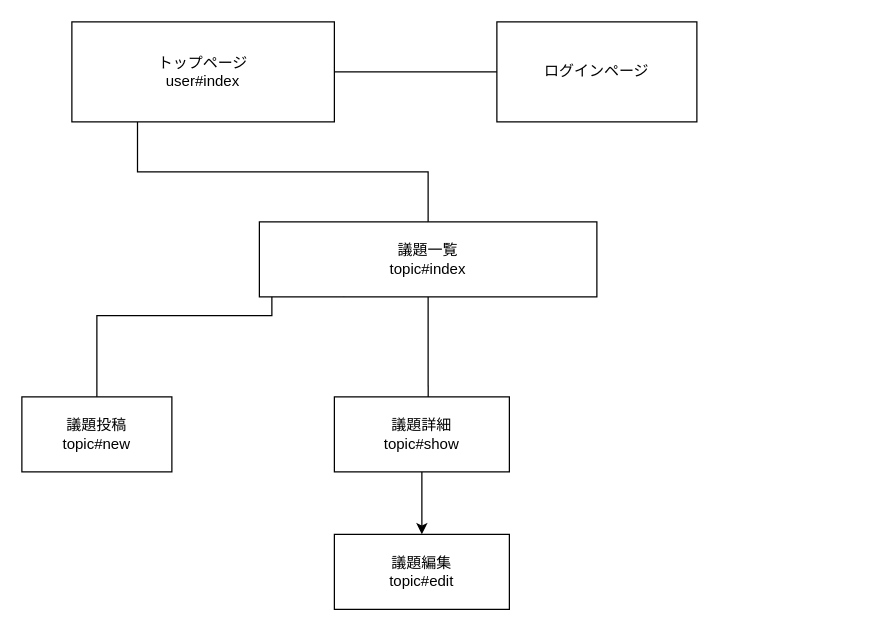
The draw.io diagram move_page.dio in sekimosan/shovelu, before the edit. Source tidied: cells renumbered, new cells numbered last; positions are measured from the earlier drawing's top-left corner, leaving out a move shared by most shapes. Both pictures are drawn from the tidied source at 125%, with x=0, y=0 at pixel (21, 21).
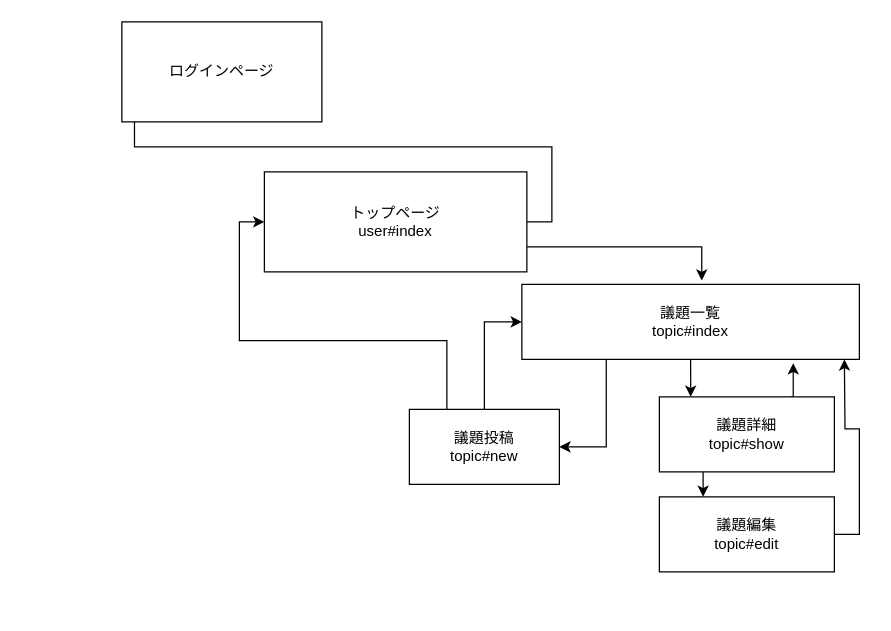
Above is the later version.

Change to the diagram source:
```diff
@@
 <mxGraphModel>
   <root>
     <mxCell id="0" />
     <mxCell id="1" parent="0" />
     <mxCell id="2" style="edgeStyle=orthogonalEdgeStyle;rounded=0;jettySize=auto;html=1;exitX=1;exitY=0.5;exitDx=0;exitDy=0;entryX=0.063;entryY=0.5;entryDx=0;entryDy=0;entryPerimeter=0;" parent="1" edge="1" source="4" target="5">
       <mxGeometry relative="1" as="geometry" />
     </mxCell>
-    <mxCell id="3" style="edgeStyle=orthogonalEdgeStyle;rounded=0;jettySize=auto;html=1;exitX=0.25;exitY=1;exitDx=0;exitDy=0;entryX=0.5;entryY=0.667;entryDx=0;entryDy=0;entryPerimeter=0;" parent="1" edge="1" source="4" target="8">
+    <mxCell id="3" style="edgeStyle=orthogonalEdgeStyle;rounded=0;jettySize=auto;html=1;exitX=1;exitY=0.75;exitDx=0;exitDy=0;entryX=0.533;entryY=-0.05;entryDx=0;entryDy=0;entryPerimeter=0;" parent="1" edge="1" source="4" target="8">
       <mxGeometry relative="1" as="geometry" />
     </mxCell>
     <mxCell id="4" value="トップページ&lt;br&gt;user#index" style="rounded=0;whiteSpace=wrap;html=1;" parent="1" vertex="1">
-      <mxGeometry x="40" width="210" height="80" as="geometry" />
+      <mxGeometry x="194" y="120" width="210" height="80" as="geometry" />
     </mxCell>
     <mxCell id="5" value="ログインページ" style="rounded=0;whiteSpace=wrap;html=1;" parent="1" vertex="1">
-      <mxGeometry x="380" width="160" height="80" as="geometry" />
+      <mxGeometry x="80" width="160" height="80" as="geometry" />
     </mxCell>
-    <mxCell id="6" style="edgeStyle=orthogonalEdgeStyle;rounded=0;jettySize=auto;html=1;exitX=0.25;exitY=1;exitDx=0;exitDy=0;entryX=0.5;entryY=0.333;entryDx=0;entryDy=0;entryPerimeter=0;" parent="1" edge="1" source="8" target="10">
-      <mxGeometry relative="1" as="geometry">
-        <Array as="points">
-          <mxPoint x="200" y="170" />
-          <mxPoint x="200" y="235" />
-          <mxPoint x="60" y="235" />
-        </Array>
-      </mxGeometry>
+    <mxCell id="6" style="edgeStyle=orthogonalEdgeStyle;rounded=0;jettySize=auto;html=1;exitX=0.25;exitY=1;exitDx=0;exitDy=0;entryX=1;entryY=0.5;entryDx=0;entryDy=0;" parent="1" edge="1" source="8" target="10">
+      <mxGeometry relative="1" as="geometry" />
     </mxCell>
-    <mxCell id="7" style="edgeStyle=none;rounded=0;jettySize=auto;html=1;exitX=0.5;exitY=1;exitDx=0;exitDy=0;entryX=0.536;entryY=0.5;entryDx=0;entryDy=0;entryPerimeter=0;" parent="1" edge="1" source="8" target="13">
+    <mxCell id="7" style="edgeStyle=orthogonalEdgeStyle;rounded=0;jettySize=auto;html=1;exitX=0.5;exitY=1;exitDx=0;exitDy=0;entryX=0.179;entryY=0;entryDx=0;entryDy=0;entryPerimeter=0;" parent="1" edge="1" source="8" target="13">
       <mxGeometry relative="1" as="geometry" />
     </mxCell>
     <mxCell id="8" value="議題一覧&lt;br&gt;topic#index" style="rounded=0;whiteSpace=wrap;html=1;" parent="1" vertex="1">
-      <mxGeometry x="190" y="160" width="270" height="60" as="geometry" />
+      <mxGeometry x="400" y="210" width="270" height="60" as="geometry" />
     </mxCell>
     <mxCell id="9" style="edgeStyle=orthogonalEdgeStyle;rounded=0;orthogonalLoop=1;jettySize=auto;html=1;exitX=0.5;exitY=1;exitDx=0;exitDy=0;" parent="1" edge="1" source="5" target="5">
       <mxGeometry relative="1" as="geometry" />
     </mxCell>
+    <mxCell id="14" style="edgeStyle=orthogonalEdgeStyle;rounded=0;jettySize=auto;html=1;exitX=0.25;exitY=0;exitDx=0;exitDy=0;entryX=0;entryY=0.5;entryDx=0;entryDy=0;" parent="1" edge="1" source="10" target="4">
+      <mxGeometry relative="1" as="geometry" />
+    </mxCell>
+    <mxCell id="15" style="edgeStyle=orthogonalEdgeStyle;rounded=0;jettySize=auto;html=1;exitX=0.5;exitY=0;exitDx=0;exitDy=0;entryX=0;entryY=0.5;entryDx=0;entryDy=0;" parent="1" edge="1" source="10" target="8">
+      <mxGeometry relative="1" as="geometry" />
+    </mxCell>
     <mxCell id="10" value="議題投稿&lt;br&gt;topic#new" style="rounded=0;whiteSpace=wrap;html=1;" parent="1" vertex="1">
-      <mxGeometry y="300" width="120" height="60" as="geometry" />
+      <mxGeometry x="310" y="310" width="120" height="60" as="geometry" />
     </mxCell>
+    <mxCell id="16" style="edgeStyle=orthogonalEdgeStyle;rounded=0;jettySize=auto;html=1;exitX=1;exitY=0.5;exitDx=0;exitDy=0;" parent="1" edge="1" source="11">
+      <mxGeometry relative="1" as="geometry">
+        <mxPoint x="658" y="270" as="targetPoint" />
+      </mxGeometry>
+    </mxCell>
     <mxCell id="11" value="議題編集&lt;br&gt;topic#edit" style="rounded=0;whiteSpace=wrap;html=1;" parent="1" vertex="1">
-      <mxGeometry x="250" y="410" width="140" height="60" as="geometry" />
+      <mxGeometry x="510" y="380" width="140" height="60" as="geometry" />
     </mxCell>
-    <mxCell id="12" style="edgeStyle=orthogonalEdgeStyle;rounded=0;jettySize=auto;html=1;exitX=0.5;exitY=1;exitDx=0;exitDy=0;entryX=0.5;entryY=0;entryDx=0;entryDy=0;" parent="1" edge="1" source="13" target="11">
+    <mxCell id="12" style="edgeStyle=orthogonalEdgeStyle;rounded=0;jettySize=auto;html=1;exitX=0.25;exitY=1;exitDx=0;exitDy=0;entryX=0.25;entryY=0;entryDx=0;entryDy=0;" parent="1" edge="1" source="13" target="11">
       <mxGeometry relative="1" as="geometry" />
     </mxCell>
+    <mxCell id="17" style="edgeStyle=orthogonalEdgeStyle;rounded=0;jettySize=auto;html=1;exitX=0.75;exitY=0;exitDx=0;exitDy=0;entryX=0.804;entryY=1.05;entryDx=0;entryDy=0;entryPerimeter=0;" parent="1" edge="1" source="13" target="8">
+      <mxGeometry relative="1" as="geometry" />
+    </mxCell>
     <mxCell id="13" value="議題詳細&lt;br&gt;topic#show" style="rounded=0;whiteSpace=wrap;html=1;" parent="1" vertex="1">
-      <mxGeometry x="250" y="300" width="140" height="60" as="geometry" />
+      <mxGeometry x="510" y="300" width="140" height="60" as="geometry" />
     </mxCell>
   </root>
 </mxGraphModel>
```
